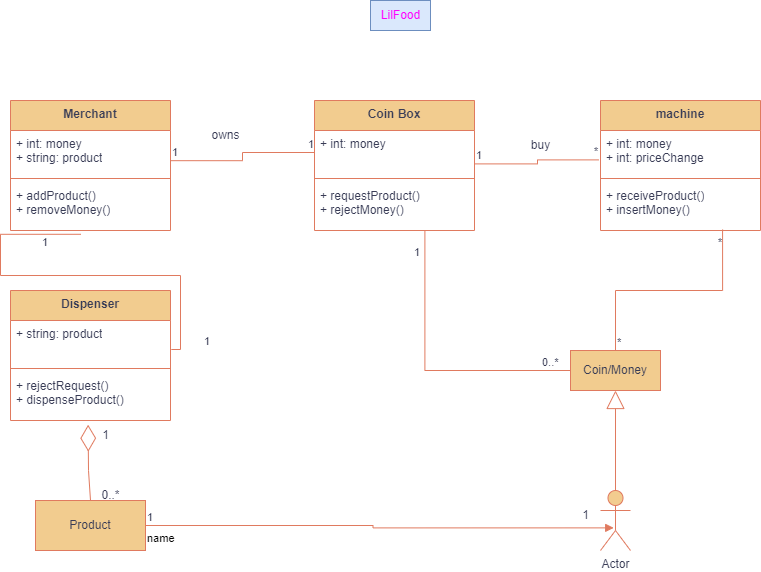
EdwinYHL/ProgOO keeps this draw.io diagram as ParadigmaOO/sdfs.png. Above is the earlier version. Source tidied: cells renumbered, new cells last; positions are measured from the earlier drawing's top-left corner, leaving out a move shared by most shapes.
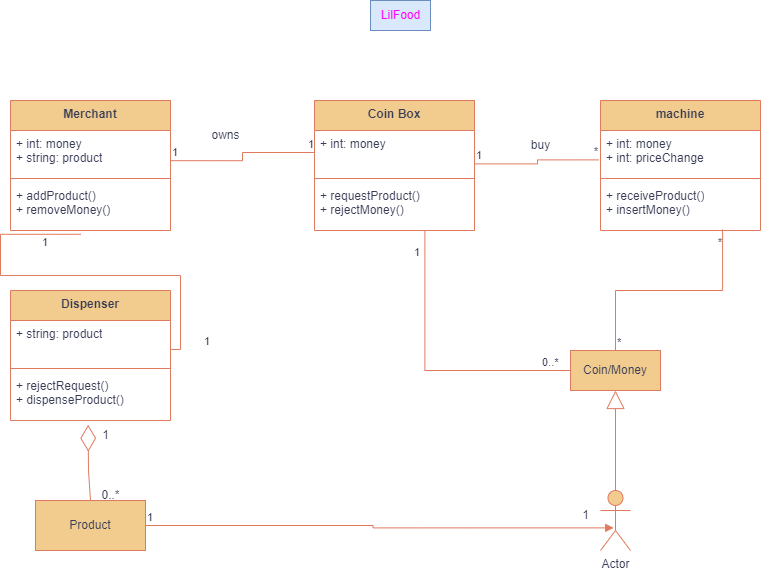
Above is the later version.

The edit, as a diff of the source:
```diff
@@ -136,7 +136,7 @@
     <mxCell id="41" value="0..*" style="text;html=1;align=center;verticalAlign=middle;strokeColor=none;fillColor=none;labelBackgroundColor=none;fontColor=#393C56;" parent="1" vertex="1">
       <mxGeometry x="80" y="480" width="40" height="30" as="geometry" />
     </mxCell>
-    <mxCell id="42" value="name" style="endArrow=block;endFill=1;html=1;edgeStyle=orthogonalEdgeStyle;align=left;verticalAlign=top;rounded=0;exitX=1;exitY=0.5;exitDx=0;exitDy=0;entryX=0.44;entryY=0.623;entryDx=0;entryDy=0;entryPerimeter=0;labelBackgroundColor=none;strokeColor=#E07A5F;fontColor=default;" parent="1" edge="1" source="16" target="7">
+    <mxCell id="42" style="endArrow=block;endFill=1;html=1;edgeStyle=orthogonalEdgeStyle;align=left;verticalAlign=top;rounded=0;exitX=1;exitY=0.5;exitDx=0;exitDy=0;entryX=0.44;entryY=0.623;entryDx=0;entryDy=0;entryPerimeter=0;labelBackgroundColor=none;strokeColor=#E07A5F;fontColor=default;" parent="1" edge="1" source="16" target="7">
       <mxGeometry x="-1" relative="1" as="geometry" />
     </mxCell>
     <mxCell id="43" value="1" style="edgeLabel;html=1;align=left;verticalAlign=bottom;labelBackgroundColor=none;fontColor=#393C56;" parent="42" vertex="1">
```
